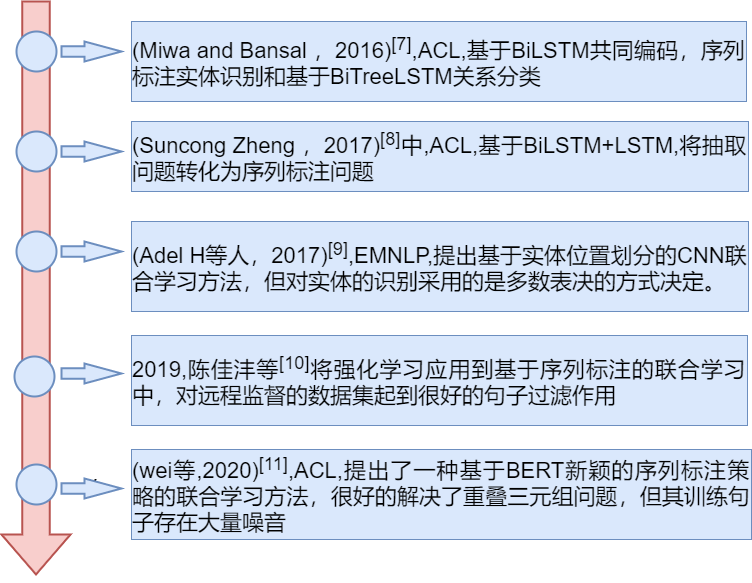
The draw.io diagram test2.png in bigbigkid/awesome-knowledge-graph, before a commit. Source tidied: cells renumbered, new cells last; positions are measured from the earlier drawing's top-left corner, leaving out a move shared by most shapes.
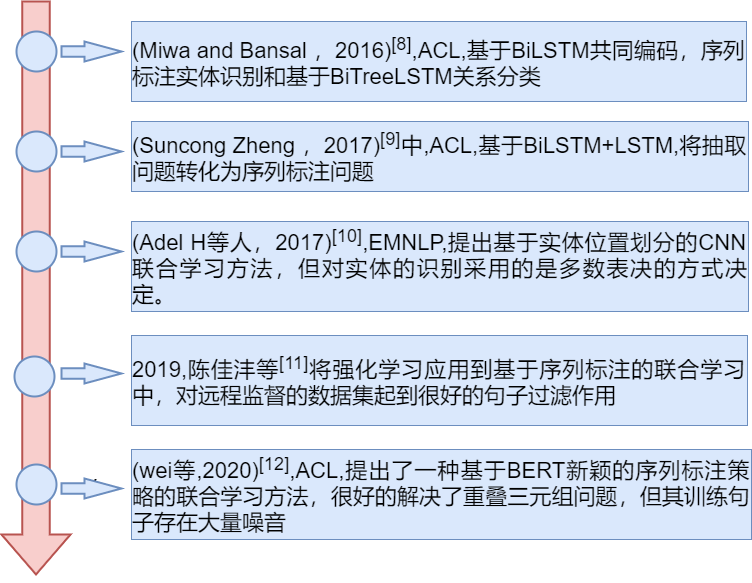
Above is the later version.

The edit, as a diff of the source:
```diff
@@ -17,7 +17,7 @@
     <mxCell id="6" style="verticalLabelPosition=bottom;verticalAlign=top;html=1;strokeWidth=2;shape=mxgraph.arrows2.arrow;dy=0.47;dx=37;notch=0;fillColor=#dae8fc;strokeColor=#6c8ebf;" parent="1" vertex="1">
       <mxGeometry x="60" y="140" width="60" height="20" as="geometry" />
     </mxCell>
-    <mxCell id="7" value="&lt;div style=&quot;text-align: justify&quot;&gt;&lt;span style=&quot;font-size: 22px&quot;&gt;(Suncong Zheng ，2017)&lt;sup&gt;[8]&lt;/sup&gt;中,ACL,基于BiLSTM+LSTM,将抽取问题转化为序列标注问题&lt;/span&gt;&lt;br&gt;&lt;/div&gt;" style="whiteSpace=wrap;html=1;fillColor=#dae8fc;strokeColor=#6c8ebf;" parent="1" vertex="1">
+    <mxCell id="7" value="&lt;div style=&quot;text-align: justify&quot;&gt;&lt;span style=&quot;font-size: 22px&quot;&gt;(Suncong Zheng ，2017)&lt;sup&gt;[9]&lt;/sup&gt;中,ACL,基于BiLSTM+LSTM,将抽取问题转化为序列标注问题&lt;/span&gt;&lt;br&gt;&lt;/div&gt;" style="whiteSpace=wrap;html=1;fillColor=#dae8fc;strokeColor=#6c8ebf;" parent="1" vertex="1">
       <mxGeometry x="130" y="120" width="617" height="70" as="geometry" />
     </mxCell>
     <mxCell id="8" style="edgeStyle=orthogonalEdgeStyle;rounded=0;orthogonalLoop=1;jettySize=auto;html=1;exitX=1;exitY=0.5;exitDx=0;exitDy=0;exitPerimeter=0;" parent="1" edge="1" source="2" target="2">
@@ -26,7 +26,7 @@
     <mxCell id="9" style="verticalLabelPosition=bottom;verticalAlign=top;html=1;strokeWidth=2;shape=mxgraph.arrows2.arrow;dy=0.47;dx=37;notch=0;fillColor=#dae8fc;strokeColor=#6c8ebf;" parent="1" vertex="1">
       <mxGeometry x="60" y="240" width="60" height="20" as="geometry" />
     </mxCell>
-    <mxCell id="10" value="&lt;div style=&quot;text-align: justify&quot;&gt;&lt;div&gt;&lt;font style=&quot;font-size: 22px&quot;&gt;(Adel H等人，2017)&lt;sup&gt;[9]&lt;/sup&gt;,EMNLP,提出基于实体位置划分的CNN联合学习方法，但对实体的识别采用的是多数表决的方式决定。&lt;/font&gt;&lt;/div&gt;&lt;/div&gt;" style="whiteSpace=wrap;html=1;fillColor=#dae8fc;strokeColor=#6c8ebf;" parent="1" vertex="1">
+    <mxCell id="10" value="&lt;div style=&quot;text-align: justify&quot;&gt;&lt;div&gt;&lt;font style=&quot;font-size: 22px&quot;&gt;(Adel H等人，2017)&lt;sup&gt;[10]&lt;/sup&gt;,EMNLP,提出基于实体位置划分的CNN联合学习方法，但对实体的识别采用的是多数表决的方式决定。&lt;/font&gt;&lt;/div&gt;&lt;/div&gt;" style="whiteSpace=wrap;html=1;fillColor=#dae8fc;strokeColor=#6c8ebf;" parent="1" vertex="1">
       <mxGeometry x="130" y="220" width="617" height="90" as="geometry" />
     </mxCell>
     <mxCell id="11" style="strokeWidth=2;html=1;shape=mxgraph.flowchart.start_2;whiteSpace=wrap;fillColor=#dae8fc;strokeColor=#6c8ebf;" parent="1" vertex="1">
@@ -35,7 +35,7 @@
     <mxCell id="12" style="verticalLabelPosition=bottom;verticalAlign=top;html=1;strokeWidth=2;shape=mxgraph.arrows2.arrow;dy=0.47;dx=37;notch=0;fillColor=#dae8fc;strokeColor=#6c8ebf;" parent="1" vertex="1">
       <mxGeometry x="60" y="40" width="60" height="20" as="geometry" />
     </mxCell>
-    <mxCell id="13" value="&lt;div style=&quot;text-align: justify ; font-size: 22px&quot;&gt;&lt;div&gt;(Miwa and Bansal ，2016)&lt;sup&gt;[7]&lt;/sup&gt;&lt;span&gt;,ACL,基于BiLSTM共同编码，序列标注实体识别和基于&lt;/span&gt;BiTreeLSTM&lt;span&gt;关系分类&lt;/span&gt;&lt;/div&gt;&lt;/div&gt;" style="whiteSpace=wrap;html=1;fillColor=#dae8fc;strokeColor=#6c8ebf;" parent="1" vertex="1">
+    <mxCell id="13" value="&lt;div style=&quot;text-align: justify ; font-size: 22px&quot;&gt;&lt;div&gt;(Miwa and Bansal ，2016)&lt;sup&gt;[8]&lt;/sup&gt;&lt;span&gt;,ACL,基于BiLSTM共同编码，序列标注实体识别和基于&lt;/span&gt;BiTreeLSTM&lt;span&gt;关系分类&lt;/span&gt;&lt;/div&gt;&lt;/div&gt;" style="whiteSpace=wrap;html=1;fillColor=#dae8fc;strokeColor=#6c8ebf;" parent="1" vertex="1">
       <mxGeometry x="130" y="20" width="615" height="80" as="geometry" />
     </mxCell>
     <mxCell id="14" style="edgeStyle=orthogonalEdgeStyle;rounded=0;orthogonalLoop=1;jettySize=auto;html=1;exitX=1;exitY=0.5;exitDx=0;exitDy=0;exitPerimeter=0;" parent="1" edge="1" source="2" target="2">
@@ -58,10 +58,10 @@
     <mxCell id="19" style="verticalLabelPosition=bottom;verticalAlign=top;html=1;strokeWidth=2;shape=mxgraph.arrows2.arrow;dy=0.47;dx=37;notch=0;fillColor=#dae8fc;strokeColor=#6c8ebf;" parent="1" vertex="1">
       <mxGeometry x="60" y="477" width="60" height="20" as="geometry" />
     </mxCell>
-    <mxCell id="20" value="&lt;div style=&quot;text-align: justify&quot;&gt;&lt;div&gt;&lt;font style=&quot;font-size: 22px&quot;&gt;2019,陈佳沣等&lt;sup&gt;[10]&lt;/sup&gt;将强化学习应用到基于序列标注的联合学习中，对远程监督的数据集起到很好的句子过滤作用&lt;/font&gt;&lt;/div&gt;&lt;/div&gt;" style="whiteSpace=wrap;html=1;fillColor=#dae8fc;strokeColor=#6c8ebf;" parent="1" vertex="1">
+    <mxCell id="20" value="&lt;div style=&quot;text-align: justify&quot;&gt;&lt;div&gt;&lt;font style=&quot;font-size: 22px&quot;&gt;2019,陈佳沣等&lt;sup&gt;[11]&lt;/sup&gt;将强化学习应用到基于序列标注的联合学习中，对远程监督的数据集起到很好的句子过滤作用&lt;/font&gt;&lt;/div&gt;&lt;/div&gt;" style="whiteSpace=wrap;html=1;fillColor=#dae8fc;strokeColor=#6c8ebf;" parent="1" vertex="1">
       <mxGeometry x="130" y="334" width="616" height="90" as="geometry" />
     </mxCell>
-    <mxCell id="21" value="&lt;div style=&quot;text-align: justify&quot;&gt;&lt;div&gt;&lt;font style=&quot;font-size: 22px&quot;&gt;(wei等,2020)&lt;sup&gt;[11]&lt;/sup&gt;,ACL,提出了一种基于BERT新颖的序列标注策略的联合学习方法，很好的解决了重叠三元组问题，但其训练句子存在大量噪音&lt;/font&gt;&lt;/div&gt;&lt;/div&gt;" style="whiteSpace=wrap;html=1;fillColor=#dae8fc;strokeColor=#6c8ebf;" parent="1" vertex="1">
+    <mxCell id="21" value="&lt;div style=&quot;text-align: justify&quot;&gt;&lt;div&gt;&lt;font style=&quot;font-size: 22px&quot;&gt;(wei等,2020)&lt;sup&gt;[12]&lt;/sup&gt;,ACL,提出了一种基于BERT新颖的序列标注策略的联合学习方法，很好的解决了重叠三元组问题，但其训练句子存在大量噪音&lt;/font&gt;&lt;/div&gt;&lt;/div&gt;" style="whiteSpace=wrap;html=1;fillColor=#dae8fc;strokeColor=#6c8ebf;" parent="1" vertex="1">
       <mxGeometry x="130" y="448" width="620" height="90" as="geometry" />
     </mxCell>
   </root>
```
